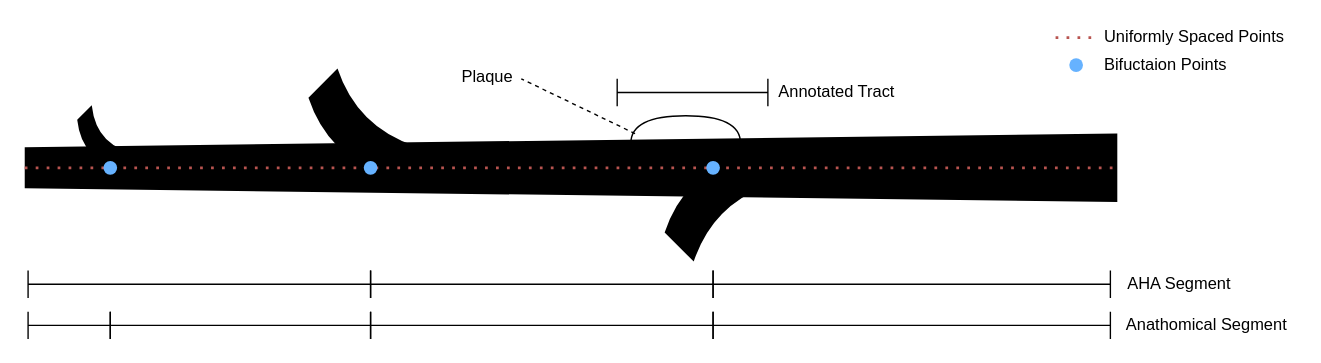
The draw.io diagram Untitled Diagram.drawio in marioviti/Graphs, before the edit. Source tidied: cells renumbered, new cells numbered last; positions are measured from the earlier drawing's top-left corner, leaving out a move shared by most shapes. Both pictures are drawn from the tidied source at 137%, with x=0, y=0 at pixel (25, -379).
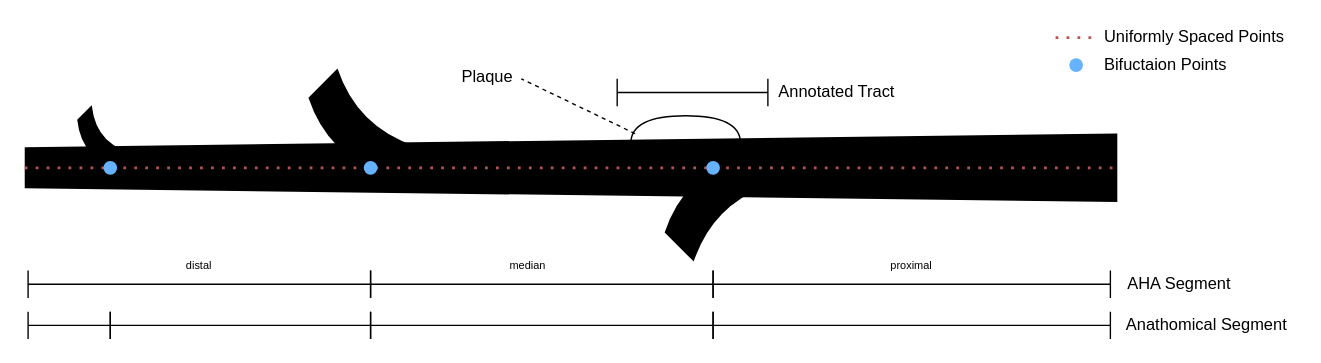
The same diagram, later.

Diff of the diagram source:
```diff
@@
+    <mxCell id="29" value="proximal" style="text;html=1;strokeColor=none;fillColor=none;align=center;verticalAlign=middle;whiteSpace=wrap;rounded=0;fontSize=8;" parent="1" vertex="1">
+      <mxGeometry x="627" y="460" width="40" height="20" as="geometry" />
+    </mxCell>
+    <mxCell id="30" value="median" style="text;html=1;strokeColor=none;fillColor=none;align=center;verticalAlign=middle;whiteSpace=wrap;rounded=0;fontSize=8;" parent="1" vertex="1">
+      <mxGeometry x="347" y="460" width="40" height="20" as="geometry" />
+    </mxCell>
+    <mxCell id="31" value="distal" style="text;html=1;strokeColor=none;fillColor=none;align=center;verticalAlign=middle;whiteSpace=wrap;rounded=0;fontSize=8;" parent="1" vertex="1">
+      <mxGeometry x="107" y="460" width="40" height="20" as="geometry" />
+    </mxCell>
```
